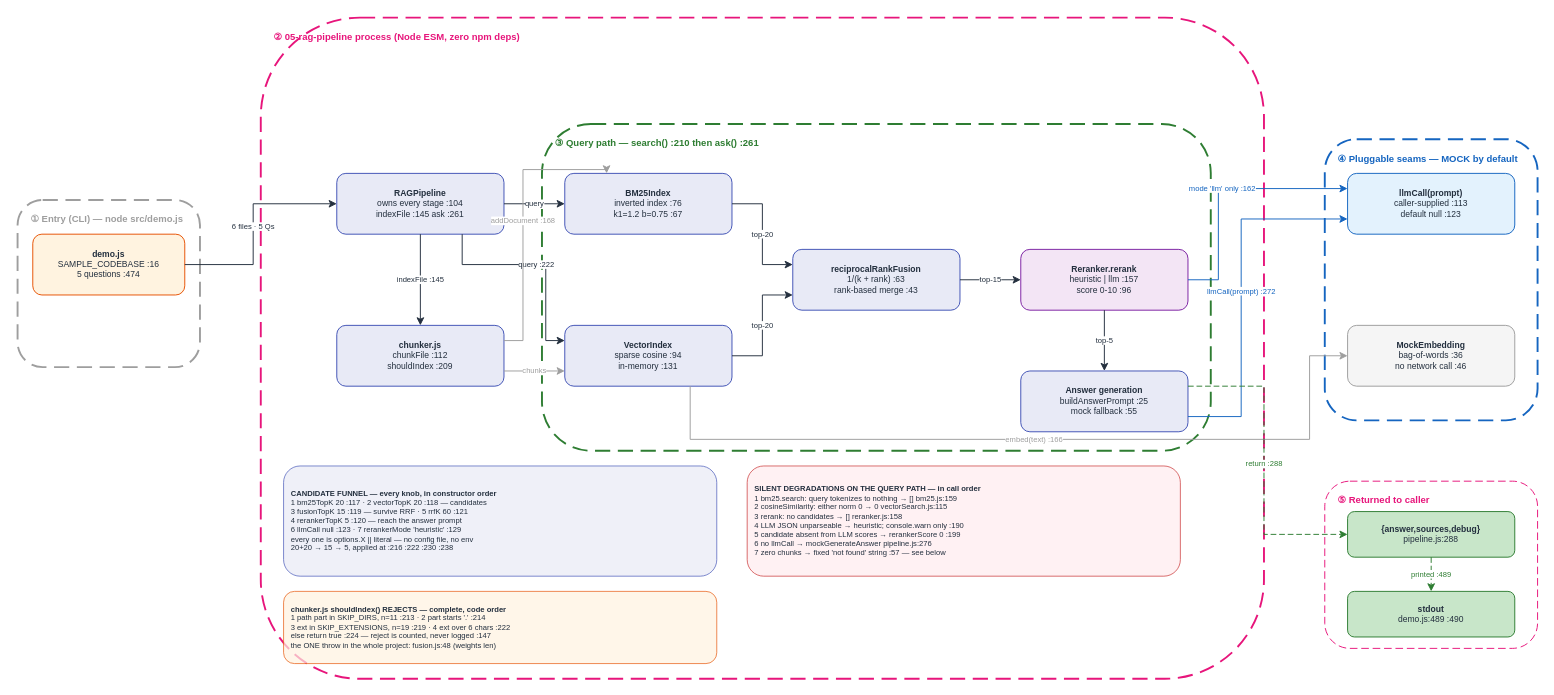
Above: docs/diagrams/rag_pipeline_v1/HOA_RagPipeline_v1.drawio in gmaheshraju/Hands-on-AgenticAI (draw.io), before the change. Source tidied: cells renumbered, new cells numbered last; positions are measured from the earlier drawing's top-left corner, leaving out a move shared by most shapes. Both pictures are drawn from the tidied source at 95%, with x=0, y=0 at pixel (17, 17).
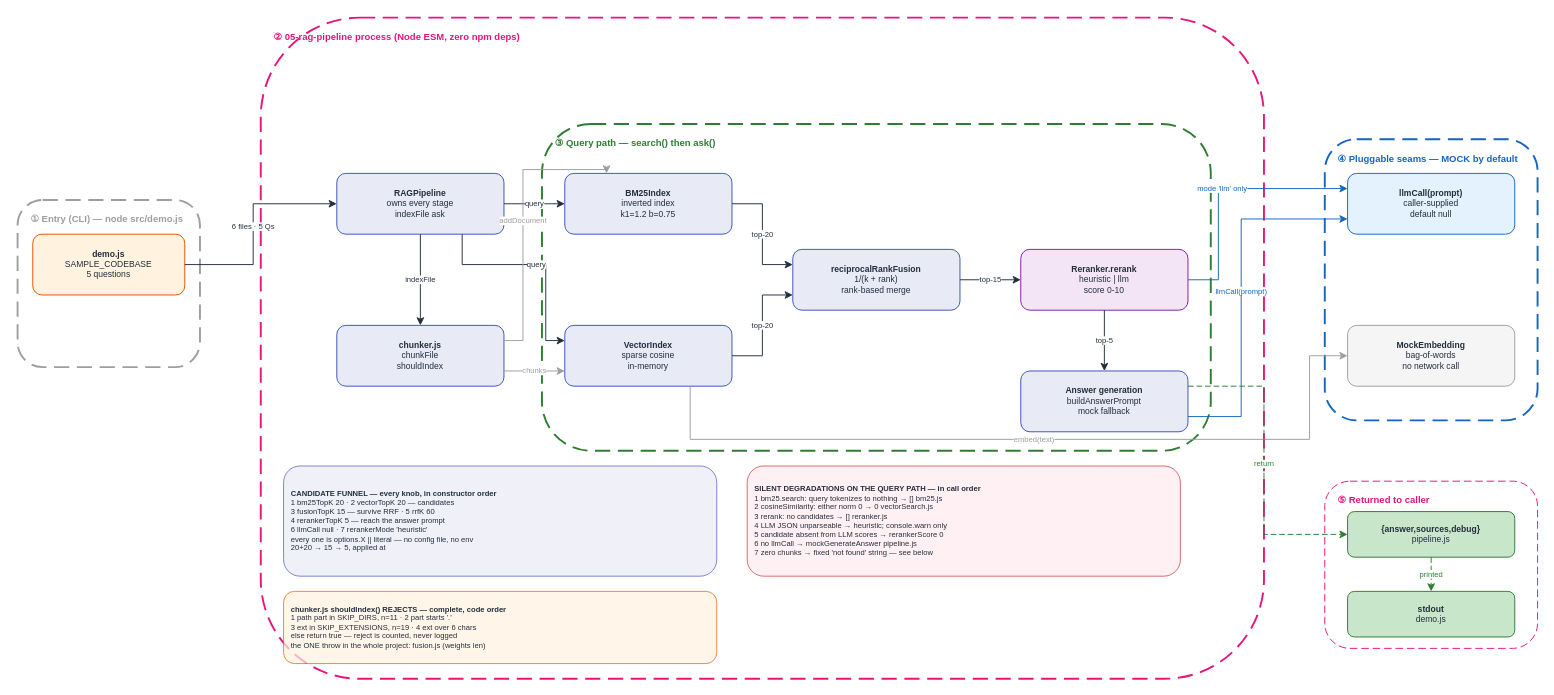
The same diagram, later.

What changed in the source:
```diff
@@
-    <mxCell id="7" value="③ Query path — search() :210 then ask() :261" style="text;fontSize=10;fontStyle=1;fontColor=#2E7D32;align=left;html=1;whiteSpace=wrap;" parent="1" vertex="1">
+    <mxCell id="7" value="③ Query path — search() then ask()" style="text;fontSize=10;fontStyle=1;fontColor=#2E7D32;align=left;html=1;whiteSpace=wrap;" parent="1" vertex="1">
       <mxGeometry x="564" y="120" width="688" height="16" as="geometry" />
     </mxCell>
@@
-    <mxCell id="12" value="&lt;b&gt;demo.js&lt;/b&gt;&lt;br&gt;SAMPLE_CODEBASE :16&lt;br&gt;5 questions :474" style="rounded=1;fillColor=#FFF3E0;strokeColor=#E65100;fontSize=9;fontColor=#232F3E;html=1;whiteSpace=wrap;align=center;" parent="1" vertex="1">
+    <mxCell id="12" value="&lt;b&gt;demo.js&lt;/b&gt;&lt;br&gt;SAMPLE_CODEBASE&lt;br&gt;5 questions" style="rounded=1;fillColor=#FFF3E0;strokeColor=#E65100;fontSize=9;fontColor=#232F3E;html=1;whiteSpace=wrap;align=center;" parent="1" vertex="1">
       <mxGeometry x="16" y="228" width="160" height="64" as="geometry" />
     </mxCell>
-    <mxCell id="13" value="&lt;b&gt;RAGPipeline&lt;/b&gt;&lt;br&gt;owns every stage :104&lt;br&gt;indexFile :145 ask :261" style="rounded=1;fillColor=#E8EAF6;strokeColor=#3F51B5;fontSize=9;fontColor=#232F3E;html=1;whiteSpace=wrap;align=center;" parent="1" vertex="1">
+    <mxCell id="13" value="&lt;b&gt;RAGPipeline&lt;/b&gt;&lt;br&gt;owns every stage&lt;br&gt;indexFile ask" style="rounded=1;fillColor=#E8EAF6;strokeColor=#3F51B5;fontSize=9;fontColor=#232F3E;html=1;whiteSpace=wrap;align=center;" parent="1" vertex="1">
       <mxGeometry x="336" y="164" width="176" height="64" as="geometry" />
     </mxCell>
-    <mxCell id="14" value="&lt;b&gt;chunker.js&lt;/b&gt;&lt;br&gt;chunkFile :112&lt;br&gt;shouldIndex :209" style="rounded=1;fillColor=#E8EAF6;strokeColor=#3F51B5;fontSize=9;fontColor=#232F3E;html=1;whiteSpace=wrap;align=center;" parent="1" vertex="1">
+    <mxCell id="14" value="&lt;b&gt;chunker.js&lt;/b&gt;&lt;br&gt;chunkFile&lt;br&gt;shouldIndex" style="rounded=1;fillColor=#E8EAF6;strokeColor=#3F51B5;fontSize=9;fontColor=#232F3E;html=1;whiteSpace=wrap;align=center;" parent="1" vertex="1">
       <mxGeometry x="336" y="324" width="176" height="64" as="geometry" />
     </mxCell>
-    <mxCell id="15" value="&lt;b&gt;BM25Index&lt;/b&gt;&lt;br&gt;inverted index :76&lt;br&gt;k1=1.2 b=0.75 :67" style="rounded=1;fillColor=#E8EAF6;strokeColor=#3F51B5;fontSize=9;fontColor=#232F3E;html=1;whiteSpace=wrap;align=center;" parent="1" vertex="1">
+    <mxCell id="15" value="&lt;b&gt;BM25Index&lt;/b&gt;&lt;br&gt;inverted index&lt;br&gt;k1=1.2 b=0.75" style="rounded=1;fillColor=#E8EAF6;strokeColor=#3F51B5;fontSize=9;fontColor=#232F3E;html=1;whiteSpace=wrap;align=center;" parent="1" vertex="1">
       <mxGeometry x="576" y="164" width="176" height="64" as="geometry" />
     </mxCell>
-    <mxCell id="16" value="&lt;b&gt;VectorIndex&lt;/b&gt;&lt;br&gt;sparse cosine :94&lt;br&gt;in-memory :131" style="rounded=1;fillColor=#E8EAF6;strokeColor=#3F51B5;fontSize=9;fontColor=#232F3E;html=1;whiteSpace=wrap;align=center;" parent="1" vertex="1">
+    <mxCell id="16" value="&lt;b&gt;VectorIndex&lt;/b&gt;&lt;br&gt;sparse cosine&lt;br&gt;in-memory" style="rounded=1;fillColor=#E8EAF6;strokeColor=#3F51B5;fontSize=9;fontColor=#232F3E;html=1;whiteSpace=wrap;align=center;" parent="1" vertex="1">
       <mxGeometry x="576" y="324" width="176" height="64" as="geometry" />
     </mxCell>
-    <mxCell id="17" value="&lt;b&gt;reciprocalRankFusion&lt;/b&gt;&lt;br&gt;1/(k + rank) :63&lt;br&gt;rank-based merge :43" style="rounded=1;fillColor=#E8EAF6;strokeColor=#3F51B5;fontSize=9;fontColor=#232F3E;html=1;whiteSpace=wrap;align=center;" parent="1" vertex="1">
+    <mxCell id="17" value="&lt;b&gt;reciprocalRankFusion&lt;/b&gt;&lt;br&gt;1/(k + rank)&lt;br&gt;rank-based merge" style="rounded=1;fillColor=#E8EAF6;strokeColor=#3F51B5;fontSize=9;fontColor=#232F3E;html=1;whiteSpace=wrap;align=center;" parent="1" vertex="1">
       <mxGeometry x="816" y="244" width="176" height="64" as="geometry" />
     </mxCell>
-    <mxCell id="18" value="&lt;b&gt;Reranker.rerank&lt;/b&gt;&lt;br&gt;heuristic | llm :157&lt;br&gt;score 0-10 :96" style="rounded=1;fillColor=#F3E5F5;strokeColor=#7B1FA2;fontSize=9;fontColor=#232F3E;html=1;whiteSpace=wrap;align=center;" parent="1" vertex="1">
+    <mxCell id="18" value="&lt;b&gt;Reranker.rerank&lt;/b&gt;&lt;br&gt;heuristic | llm&lt;br&gt;score 0-10" style="rounded=1;fillColor=#F3E5F5;strokeColor=#7B1FA2;fontSize=9;fontColor=#232F3E;html=1;whiteSpace=wrap;align=center;" parent="1" vertex="1">
       <mxGeometry x="1056" y="244" width="176" height="64" as="geometry" />
     </mxCell>
-    <mxCell id="19" value="&lt;b&gt;Answer generation&lt;/b&gt;&lt;br&gt;buildAnswerPrompt :25&lt;br&gt;mock fallback :55" style="rounded=1;fillColor=#E8EAF6;strokeColor=#3F51B5;fontSize=9;fontColor=#232F3E;html=1;whiteSpace=wrap;align=center;" parent="1" vertex="1">
+    <mxCell id="19" value="&lt;b&gt;Answer generation&lt;/b&gt;&lt;br&gt;buildAnswerPrompt&lt;br&gt;mock fallback" style="rounded=1;fillColor=#E8EAF6;strokeColor=#3F51B5;fontSize=9;fontColor=#232F3E;html=1;whiteSpace=wrap;align=center;" parent="1" vertex="1">
       <mxGeometry x="1056" y="372" width="176" height="64" as="geometry" />
     </mxCell>
-    <mxCell id="20" value="&lt;b&gt;llmCall(prompt)&lt;/b&gt;&lt;br&gt;caller-supplied :113&lt;br&gt;default null :123" style="rounded=1;fillColor=#E3F2FD;strokeColor=#1565C0;fontSize=9;fontColor=#232F3E;html=1;whiteSpace=wrap;align=center;" parent="1" vertex="1">
+    <mxCell id="20" value="&lt;b&gt;llmCall(prompt)&lt;/b&gt;&lt;br&gt;caller-supplied&lt;br&gt;default null" style="rounded=1;fillColor=#E3F2FD;strokeColor=#1565C0;fontSize=9;fontColor=#232F3E;html=1;whiteSpace=wrap;align=center;" parent="1" vertex="1">
       <mxGeometry x="1400" y="164" width="176" height="64" as="geometry" />
     </mxCell>
-    <mxCell id="21" value="&lt;b&gt;MockEmbedding&lt;/b&gt;&lt;br&gt;bag-of-words :36&lt;br&gt;no network call :46" style="rounded=1;fillColor=#F5F5F5;strokeColor=#9E9E9E;fontSize=9;fontColor=#232F3E;html=1;whiteSpace=wrap;align=center;" parent="1" vertex="1">
+    <mxCell id="21" value="&lt;b&gt;MockEmbedding&lt;/b&gt;&lt;br&gt;bag-of-words&lt;br&gt;no network call" style="rounded=1;fillColor=#F5F5F5;strokeColor=#9E9E9E;fontSize=9;fontColor=#232F3E;html=1;whiteSpace=wrap;align=center;" parent="1" vertex="1">
       <mxGeometry x="1400" y="324" width="176" height="64" as="geometry" />
     </mxCell>
-    <mxCell id="22" value="&lt;b&gt;{answer,sources,debug}&lt;/b&gt;&lt;br&gt;pipeline.js:288" style="rounded=1;fillColor=#C8E6C9;strokeColor=#2E7D32;fontSize=9;fontColor=#232F3E;html=1;whiteSpace=wrap;align=center;" parent="1" vertex="1">
+    <mxCell id="22" value="&lt;b&gt;{answer,sources,debug}&lt;/b&gt;&lt;br&gt;pipeline.js" style="rounded=1;fillColor=#C8E6C9;strokeColor=#2E7D32;fontSize=9;fontColor=#232F3E;html=1;whiteSpace=wrap;align=center;" parent="1" vertex="1">
       <mxGeometry x="1400" y="520" width="176" height="48" as="geometry" />
     </mxCell>
-    <mxCell id="23" value="&lt;b&gt;stdout&lt;/b&gt;&lt;br&gt;demo.js:489 :490" style="rounded=1;fillColor=#C8E6C9;strokeColor=#2E7D32;fontSize=9;fontColor=#232F3E;html=1;whiteSpace=wrap;align=center;" parent="1" vertex="1">
+    <mxCell id="23" value="&lt;b&gt;stdout&lt;/b&gt;&lt;br&gt;demo.js" style="rounded=1;fillColor=#C8E6C9;strokeColor=#2E7D32;fontSize=9;fontColor=#232F3E;html=1;whiteSpace=wrap;align=center;" parent="1" vertex="1">
       <mxGeometry x="1400" y="604" width="176" height="48" as="geometry" />
     </mxCell>
-    <mxCell id="24" value="&lt;b&gt;CANDIDATE FUNNEL — every knob, in constructor order&lt;/b&gt;&lt;br&gt;1 bm25TopK 20 :117 · 2 vectorTopK 20 :118 — candidates&lt;br&gt;3 fusionTopK 15 :119 — survive RRF · 5 rrfK 60 :121&lt;br&gt;4 rerankerTopK 5 :120 — reach the answer prompt&lt;br&gt;6 llmCall null :123 · 7 rerankerMode 'heuristic' :129&lt;br&gt;every one is options.X || literal — no config file, no env&lt;br&gt;20+20 → 15 → 5, applied at :216 :222 :230 :238" style="rounded=1;fillColor=#E8EAF6;strokeColor=#3F51B5;fontSize=8;fontColor=#232F3E;html=1;whiteSpace=wrap;align=left;spacingLeft=6;opacity=70;" parent="1" vertex="1">
+    <mxCell id="24" value="&lt;b&gt;CANDIDATE FUNNEL — every knob, in constructor order&lt;/b&gt;&lt;br&gt;1 bm25TopK 20 · 2 vectorTopK 20 — candidates&lt;br&gt;3 fusionTopK 15 — survive RRF · 5 rrfK 60&lt;br&gt;4 rerankerTopK 5 — reach the answer prompt&lt;br&gt;6 llmCall null · 7 rerankerMode 'heuristic'&lt;br&gt;every one is options.X || literal — no config file, no env&lt;br&gt;20+20 → 15 → 5, applied at" style="rounded=1;fillColor=#E8EAF6;strokeColor=#3F51B5;fontSize=8;fontColor=#232F3E;html=1;whiteSpace=wrap;align=left;spacingLeft=6;opacity=70;" parent="1" vertex="1">
       <mxGeometry x="280" y="472" width="456" height="116" as="geometry" />
     </mxCell>
-    <mxCell id="25" value="&lt;b&gt;SILENT DEGRADATIONS ON THE QUERY PATH — in call order&lt;/b&gt;&lt;br&gt;1 bm25.search: query tokenizes to nothing → [] bm25.js:159&lt;br&gt;2 cosineSimilarity: either norm 0 → 0 vectorSearch.js:115&lt;br&gt;3 rerank: no candidates → [] reranker.js:158&lt;br&gt;4 LLM JSON unparseable → heuristic; console.warn only :190&lt;br&gt;5 candidate absent from LLM scores → rerankerScore 0 :199&lt;br&gt;6 no llmCall → mockGenerateAnswer pipeline.js:276&lt;br&gt;7 zero chunks → fixed 'not found' string :57 — see below" style="rounded=1;fillColor=#FFEBEE;strokeColor=#C62828;fontSize=8;fontColor=#232F3E;html=1;whiteSpace=wrap;align=left;spacingLeft=6;opacity=70;" parent="1" vertex="1">
+    <mxCell id="25" value="&lt;b&gt;SILENT DEGRADATIONS ON THE QUERY PATH — in call order&lt;/b&gt;&lt;br&gt;1 bm25.search: query tokenizes to nothing → [] bm25.js&lt;br&gt;2 cosineSimilarity: either norm 0 → 0 vectorSearch.js&lt;br&gt;3 rerank: no candidates → [] reranker.js&lt;br&gt;4 LLM JSON unparseable → heuristic; console.warn only&lt;br&gt;5 candidate absent from LLM scores → rerankerScore 0&lt;br&gt;6 no llmCall → mockGenerateAnswer pipeline.js&lt;br&gt;7 zero chunks → fixed 'not found' string — see below" style="rounded=1;fillColor=#FFEBEE;strokeColor=#C62828;fontSize=8;fontColor=#232F3E;html=1;whiteSpace=wrap;align=left;spacingLeft=6;opacity=70;" parent="1" vertex="1">
       <mxGeometry x="768" y="472" width="456" height="116" as="geometry" />
     </mxCell>
-    <mxCell id="26" value="&lt;b&gt;chunker.js shouldIndex() REJECTS — complete, code order&lt;/b&gt;&lt;br&gt;1 path part in SKIP_DIRS, n=11 :213 · 2 part starts '.' :214&lt;br&gt;3 ext in SKIP_EXTENSIONS, n=19 :219 · 4 ext over 6 chars :222&lt;br&gt;else return true :224 — reject is counted, never logged :147&lt;br&gt;the ONE throw in the whole project: fusion.js:48 (weights len)" style="rounded=1;fillColor=#FFF3E0;strokeColor=#E65100;fontSize=8;fontColor=#232F3E;html=1;whiteSpace=wrap;align=left;spacingLeft=6;opacity=70;" parent="1" vertex="1">
+    <mxCell id="26" value="&lt;b&gt;chunker.js shouldIndex() REJECTS — complete, code order&lt;/b&gt;&lt;br&gt;1 path part in SKIP_DIRS, n=11 · 2 part starts '.'&lt;br&gt;3 ext in SKIP_EXTENSIONS, n=19 · 4 ext over 6 chars&lt;br&gt;else return true — reject is counted, never logged&lt;br&gt;the ONE throw in the whole project: fusion.js (weights len)" style="rounded=1;fillColor=#FFF3E0;strokeColor=#E65100;fontSize=8;fontColor=#232F3E;html=1;whiteSpace=wrap;align=left;spacingLeft=6;opacity=70;" parent="1" vertex="1">
       <mxGeometry x="280" y="604" width="456" height="76" as="geometry" />
     </mxCell>
@@
-    <mxCell id="28" value="indexFile :145" style="edgeStyle=orthogonalEdgeStyle;rounded=0;html=1;strokeColor=#232F3E;fontColor=#232F3E;fontSize=8;exitX=0.5;exitY=1;exitDx=0;exitDy=0;entryX=0.5;entryY=0;entryDx=0;entryDy=0;" parent="1" edge="1" source="13" target="14">
+    <mxCell id="28" value="indexFile" style="edgeStyle=orthogonalEdgeStyle;rounded=0;html=1;strokeColor=#232F3E;fontColor=#232F3E;fontSize=8;exitX=0.5;exitY=1;exitDx=0;exitDy=0;entryX=0.5;entryY=0;entryDx=0;entryDy=0;" parent="1" edge="1" source="13" target="14">
       <mxGeometry relative="1" as="geometry">
         <Array as="points">
           <mxPoint x="424" y="280" />
         </Array>
       </mxGeometry>
     </mxCell>
@@
-    <mxCell id="30" value="query :222" style="edgeStyle=orthogonalEdgeStyle;rounded=0;html=1;strokeColor=#232F3E;fontColor=#232F3E;fontSize=8;exitX=0.75;exitY=1;exitDx=0;exitDy=0;entryX=0;entryY=0.25;entryDx=0;entryDy=0;" parent="1" edge="1" source="13" target="16">
+    <mxCell id="30" value="query" style="edgeStyle=orthogonalEdgeStyle;rounded=0;html=1;strokeColor=#232F3E;fontColor=#232F3E;fontSize=8;exitX=0.75;exitY=1;exitDx=0;exitDy=0;entryX=0;entryY=0.25;entryDx=0;entryDy=0;" parent="1" edge="1" source="13" target="16">
       <mxGeometry relative="1" as="geometry">
         <Array as="points">
           <mxPoint x="468" y="228" />
           <mxPoint x="468" y="260" />
           <mxPoint x="556" y="260" />
           <mxPoint x="556" y="340" />
         </Array>
       </mxGeometry>
     </mxCell>
-    <mxCell id="31" value="addDocument :168" style="edgeStyle=orthogonalEdgeStyle;rounded=0;html=1;strokeColor=#9E9E9E;fontColor=#9E9E9E;fontSize=8;exitX=1;exitY=0.25;exitDx=0;exitDy=0;entryX=0.25;entryY=0;entryDx=0;entryDy=0;" parent="1" edge="1" source="14" target="15">
+    <mxCell id="31" value="addDocument" style="edgeStyle=orthogonalEdgeStyle;rounded=0;html=1;strokeColor=#9E9E9E;fontColor=#9E9E9E;fontSize=8;exitX=1;exitY=0.25;exitDx=0;exitDy=0;entryX=0.25;entryY=0;entryDx=0;entryDy=0;" parent="1" edge="1" source="14" target="15">
       <mxGeometry relative="1" as="geometry">
         <Array as="points">
           <mxPoint x="532" y="340" />
           <mxPoint x="532" y="160" />
           <mxPoint x="620" y="160" />
         </Array>
       </mxGeometry>
     </mxCell>
@@
-    <mxCell id="37" value="mode 'llm' only :162" style="edgeStyle=orthogonalEdgeStyle;rounded=0;html=1;strokeColor=#1565C0;fontColor=#1565C0;fontSize=8;exitX=1;exitY=0.5;exitDx=0;exitDy=0;entryX=0;entryY=0.25;entryDx=0;entryDy=0;" parent="1" edge="1" source="18" target="20">
+    <mxCell id="37" value="mode 'llm' only" style="edgeStyle=orthogonalEdgeStyle;rounded=0;html=1;strokeColor=#1565C0;fontColor=#1565C0;fontSize=8;exitX=1;exitY=0.5;exitDx=0;exitDy=0;entryX=0;entryY=0.25;entryDx=0;entryDy=0;" parent="1" edge="1" source="18" target="20">
       <mxGeometry relative="1" as="geometry">
         <Array as="points">
           <mxPoint x="1264" y="276" />
           <mxPoint x="1264" y="180" />
         </Array>
       </mxGeometry>
     </mxCell>
-    <mxCell id="38" value="llmCall(prompt) :272" style="edgeStyle=orthogonalEdgeStyle;rounded=0;html=1;strokeColor=#1565C0;fontColor=#1565C0;fontSize=8;exitX=1;exitY=0.75;exitDx=0;exitDy=0;entryX=0;entryY=0.75;entryDx=0;entryDy=0;" parent="1" edge="1" source="19" target="20">
+    <mxCell id="38" value="llmCall(prompt)" style="edgeStyle=orthogonalEdgeStyle;rounded=0;html=1;strokeColor=#1565C0;fontColor=#1565C0;fontSize=8;exitX=1;exitY=0.75;exitDx=0;exitDy=0;entryX=0;entryY=0.75;entryDx=0;entryDy=0;" parent="1" edge="1" source="19" target="20">
       <mxGeometry relative="1" as="geometry">
         <Array as="points">
           <mxPoint x="1288" y="420" />
           <mxPoint x="1288" y="212" />
         </Array>
       </mxGeometry>
     </mxCell>
-    <mxCell id="39" value="embed(text) :166" style="edgeStyle=orthogonalEdgeStyle;rounded=0;html=1;strokeColor=#9E9E9E;fontColor=#9E9E9E;fontSize=8;exitX=0.75;exitY=1;exitDx=0;exitDy=0;entryX=0;entryY=0.5;entryDx=0;entryDy=0;" parent="1" edge="1" source="16" target="21">
+    <mxCell id="39" value="embed(text)" style="edgeStyle=orthogonalEdgeStyle;rounded=0;html=1;strokeColor=#9E9E9E;fontColor=#9E9E9E;fontSize=8;exitX=0.75;exitY=1;exitDx=0;exitDy=0;entryX=0;entryY=0.5;entryDx=0;entryDy=0;" parent="1" edge="1" source="16" target="21">
       <mxGeometry relative="1" as="geometry">
         <Array as="points">
           <mxPoint x="708" y="444" />
           <mxPoint x="1360" y="444" />
           <mxPoint x="1360" y="356" />
         </Array>
       </mxGeometry>
     </mxCell>
-    <mxCell id="40" value="return :288" style="edgeStyle=orthogonalEdgeStyle;rounded=0;html=1;strokeColor=#2E7D32;fontColor=#2E7D32;fontSize=8;exitX=1;exitY=0.25;exitDx=0;exitDy=0;entryX=0;entryY=0.5;entryDx=0;entryDy=0;dashed=1;dashPattern=6 3;" parent="1" edge="1" source="19" target="22">
+    <mxCell id="40" value="return" style="edgeStyle=orthogonalEdgeStyle;rounded=0;html=1;strokeColor=#2E7D32;fontColor=#2E7D32;fontSize=8;exitX=1;exitY=0.25;exitDx=0;exitDy=0;entryX=0;entryY=0.5;entryDx=0;entryDy=0;dashed=1;dashPattern=6 3;" parent="1" edge="1" source="19" target="22">
       <mxGeometry relative="1" as="geometry">
         <Array as="points">
           <mxPoint x="1312" y="388" />
           <mxPoint x="1312" y="544" />
         </Array>
       </mxGeometry>
     </mxCell>
-    <mxCell id="41" value="printed :489" style="edgeStyle=orthogonalEdgeStyle;rounded=0;html=1;strokeColor=#2E7D32;fontColor=#2E7D32;fontSize=8;exitX=0.5;exitY=1;exitDx=0;exitDy=0;entryX=0.5;entryY=0;entryDx=0;entryDy=0;dashed=1;dashPattern=6 3;" parent="1" edge="1" source="22" target="23">
+    <mxCell id="41" value="printed" style="edgeStyle=orthogonalEdgeStyle;rounded=0;html=1;strokeColor=#2E7D32;fontColor=#2E7D32;fontSize=8;exitX=0.5;exitY=1;exitDx=0;exitDy=0;entryX=0.5;entryY=0;entryDx=0;entryDy=0;dashed=1;dashPattern=6 3;" parent="1" edge="1" source="22" target="23">
       <mxGeometry relative="1" as="geometry">
         <Array as="points">
           <mxPoint x="1488" y="588" />
         </Array>
       </mxGeometry>
     </mxCell>
```
